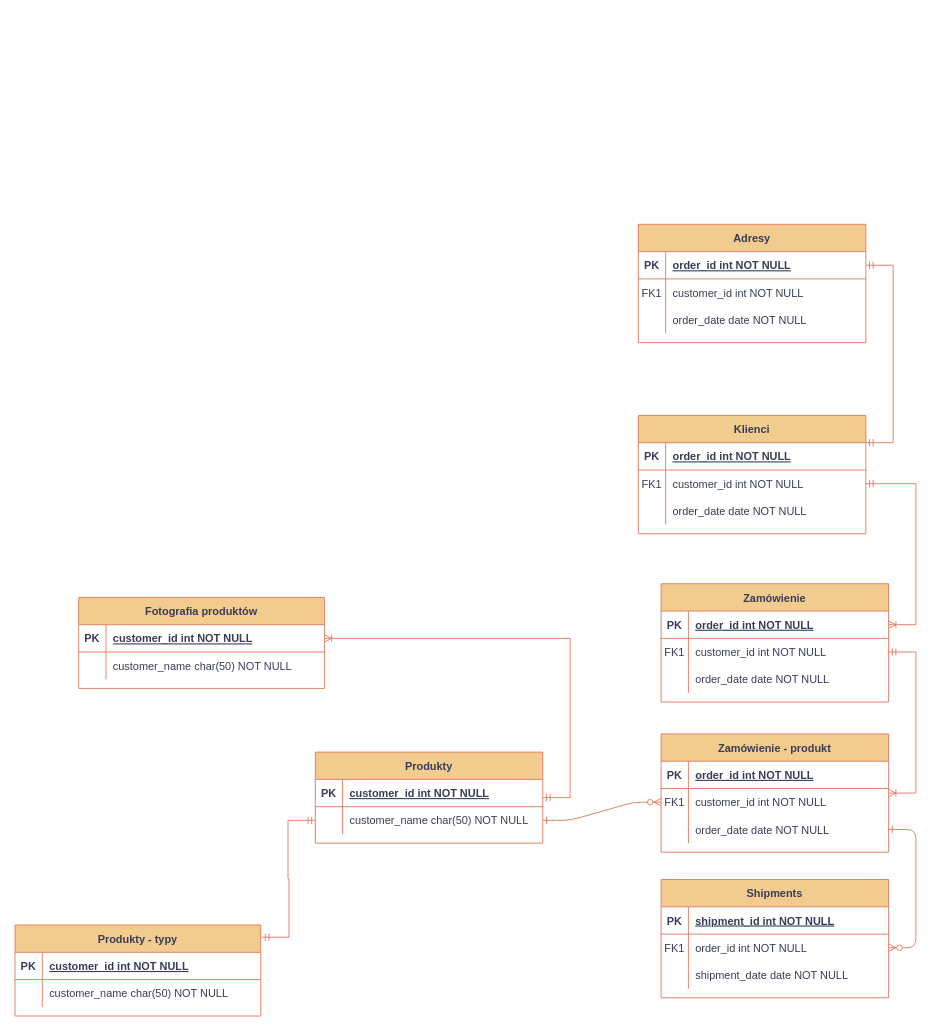
Above: Diagram bez tytułu.drawio in adrianbator/liczby-pseudolosowe (draw.io), before the change. Source tidied: cells renumbered, new cells numbered last; positions are measured from the earlier drawing's top-left corner, leaving out a move shared by most shapes. Both pictures are drawn from the tidied source at 91%, with x=0, y=0 at pixel (15, 224).
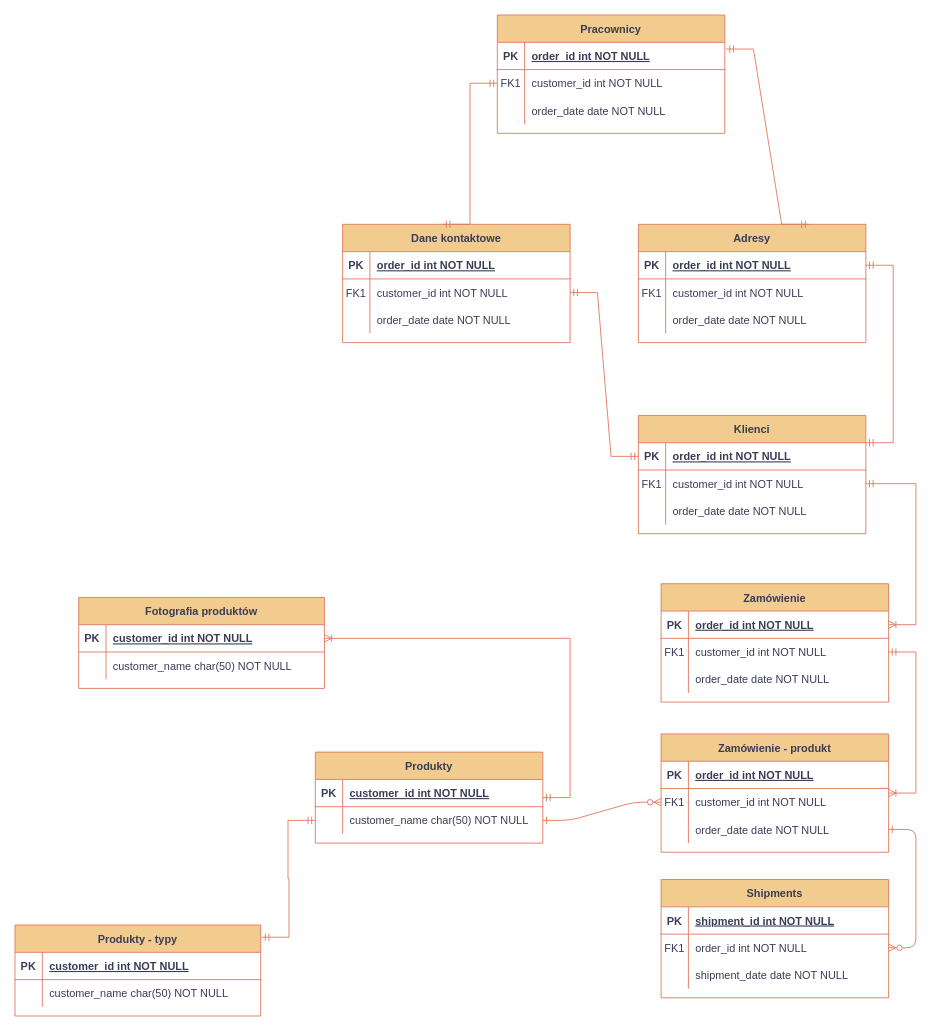
Above is the later version.

Unchanged cells that the change refers to:
```xml
<mxCell id="60" style="shape=partialRectangle;fillColor=none;points=[[0,0.5],[1,0.5]];portConstraint=eastwest;top=0;left=0;right=0;bottom=1;labelBackgroundColor=none;strokeColor=#E07A5F;fontColor=#393C56;" parent="59" vertex="1">
  <mxGeometry y="30" width="250" height="30" as="geometry" />
</mxCell>
<mxCell id="69" value="Adresy" style="shape=table;startSize=30;childLayout=tableLayout;rowLines=0;fontStyle=1;align=center;labelBackgroundColor=none;fillColor=#F2CC8F;strokeColor=#E07A5F;fontColor=#393C56;" parent="1" vertex="1">
  <mxGeometry x="685" width="250" height="130" as="geometry" />
</mxCell>
```

What changed in the source:
```diff
@@
+    <mxCell id="80" value="Dane kontaktowe" style="shape=table;startSize=30;childLayout=tableLayout;rowLines=0;fontStyle=1;align=center;labelBackgroundColor=none;fillColor=#F2CC8F;strokeColor=#E07A5F;fontColor=#393C56;" parent="1" vertex="1">
+      <mxGeometry x="360" width="250" height="130" as="geometry" />
+    </mxCell>
+    <mxCell id="81" style="shape=partialRectangle;fillColor=none;top=0;left=0;right=0;bottom=1;labelBackgroundColor=none;strokeColor=#E07A5F;fontColor=#393C56;" parent="80" vertex="1">
+      <mxGeometry y="30" width="250" height="30" as="geometry" />
+    </mxCell>
+    <mxCell id="82" value="PK" style="shape=partialRectangle;overflow=hidden;fillColor=none;top=0;left=0;bottom=0;right=0;fontStyle=1;labelBackgroundColor=none;strokeColor=#E07A5F;fontColor=#393C56;" parent="81" vertex="1">
+      <mxGeometry width="30" height="30" as="geometry" />
+    </mxCell>
+    <mxCell id="83" value="order_id int NOT NULL " style="shape=partialRectangle;overflow=hidden;fillColor=none;top=0;left=0;bottom=0;right=0;align=left;spacingLeft=6;fontStyle=5;labelBackgroundColor=none;strokeColor=#E07A5F;fontColor=#393C56;" parent="81" vertex="1">
+      <mxGeometry x="30" width="220" height="30" as="geometry" />
+    </mxCell>
+    <mxCell id="84" style="shape=partialRectangle;fillColor=none;points=[[0,0.5],[1,0.5]];portConstraint=eastwest;top=0;left=0;right=0;bottom=0;labelBackgroundColor=none;strokeColor=#E07A5F;fontColor=#393C56;" parent="80" vertex="1">
+      <mxGeometry y="60" width="250" height="30" as="geometry" />
+    </mxCell>
+    <mxCell id="85" value="FK1" style="shape=partialRectangle;overflow=hidden;fillColor=none;top=0;left=0;bottom=0;right=0;labelBackgroundColor=none;strokeColor=#E07A5F;fontColor=#393C56;" parent="84" vertex="1">
+      <mxGeometry width="30" height="30" as="geometry" />
+    </mxCell>
+    <mxCell id="86" value="customer_id int NOT NULL" style="shape=partialRectangle;overflow=hidden;fillColor=none;top=0;left=0;bottom=0;right=0;align=left;spacingLeft=6;labelBackgroundColor=none;strokeColor=#E07A5F;fontColor=#393C56;" parent="84" vertex="1">
+      <mxGeometry x="30" width="220" height="30" as="geometry" />
+    </mxCell>
+    <mxCell id="87" style="shape=partialRectangle;fillColor=none;top=0;left=0;right=0;bottom=0;labelBackgroundColor=none;strokeColor=#E07A5F;fontColor=#393C56;" parent="80" vertex="1">
+      <mxGeometry y="90" width="250" height="30" as="geometry" />
+    </mxCell>
+    <mxCell id="88" style="shape=partialRectangle;overflow=hidden;fillColor=none;top=0;left=0;bottom=0;right=0;labelBackgroundColor=none;strokeColor=#E07A5F;fontColor=#393C56;" parent="87" vertex="1">
+      <mxGeometry width="30" height="30" as="geometry" />
+    </mxCell>
+    <mxCell id="89" value="order_date date NOT NULL" style="shape=partialRectangle;overflow=hidden;fillColor=none;top=0;left=0;bottom=0;right=0;align=left;spacingLeft=6;labelBackgroundColor=none;strokeColor=#E07A5F;fontColor=#393C56;" parent="87" vertex="1">
+      <mxGeometry x="30" width="220" height="30" as="geometry" />
+    </mxCell>
+    <mxCell id="90" style="edgeStyle=entityRelationEdgeStyle;fontSize=12;html=1;endArrow=ERmandOne;startArrow=ERmandOne;rounded=0;strokeColor=#E07A5F;fontColor=#393C56;fillColor=#F2CC8F;entryX=1;entryY=0.5;entryDx=0;entryDy=0;exitX=0;exitY=0.5;exitDx=0;exitDy=0;" parent="1" edge="1" source="60" target="84">
+      <mxGeometry relative="1" as="geometry" />
+    </mxCell>
+    <mxCell id="91" value="Pracownicy" style="shape=table;startSize=30;childLayout=tableLayout;rowLines=0;fontStyle=1;align=center;labelBackgroundColor=none;fillColor=#F2CC8F;strokeColor=#E07A5F;fontColor=#393C56;" parent="1" vertex="1">
+      <mxGeometry x="530" y="-230" width="250" height="130" as="geometry" />
+    </mxCell>
+    <mxCell id="92" style="shape=partialRectangle;fillColor=none;points=[[0,0.5],[1,0.5]];portConstraint=eastwest;top=0;left=0;right=0;bottom=1;labelBackgroundColor=none;strokeColor=#E07A5F;fontColor=#393C56;" parent="91" vertex="1">
+      <mxGeometry y="30" width="250" height="30" as="geometry" />
+    </mxCell>
+    <mxCell id="93" value="PK" style="shape=partialRectangle;overflow=hidden;fillColor=none;top=0;left=0;bottom=0;right=0;fontStyle=1;labelBackgroundColor=none;strokeColor=#E07A5F;fontColor=#393C56;" parent="92" vertex="1">
+      <mxGeometry width="30" height="30" as="geometry" />
+    </mxCell>
+    <mxCell id="94" value="order_id int NOT NULL " style="shape=partialRectangle;overflow=hidden;fillColor=none;top=0;left=0;bottom=0;right=0;align=left;spacingLeft=6;fontStyle=5;labelBackgroundColor=none;strokeColor=#E07A5F;fontColor=#393C56;" parent="92" vertex="1">
+      <mxGeometry x="30" width="220" height="30" as="geometry" />
+    </mxCell>
+    <mxCell id="95" style="shape=partialRectangle;fillColor=none;points=[[0,0.5],[1,0.5]];portConstraint=eastwest;top=0;left=0;right=0;bottom=0;labelBackgroundColor=none;strokeColor=#E07A5F;fontColor=#393C56;" parent="91" vertex="1">
+      <mxGeometry y="60" width="250" height="30" as="geometry" />
+    </mxCell>
+    <mxCell id="96" value="FK1" style="shape=partialRectangle;overflow=hidden;fillColor=none;top=0;left=0;bottom=0;right=0;labelBackgroundColor=none;strokeColor=#E07A5F;fontColor=#393C56;" parent="95" vertex="1">
+      <mxGeometry width="30" height="30" as="geometry" />
+    </mxCell>
+    <mxCell id="97" value="customer_id int NOT NULL" style="shape=partialRectangle;overflow=hidden;fillColor=none;top=0;left=0;bottom=0;right=0;align=left;spacingLeft=6;labelBackgroundColor=none;strokeColor=#E07A5F;fontColor=#393C56;" parent="95" vertex="1">
+      <mxGeometry x="30" width="220" height="30" as="geometry" />
+    </mxCell>
+    <mxCell id="98" style="shape=partialRectangle;fillColor=none;top=0;left=0;right=0;bottom=0;labelBackgroundColor=none;strokeColor=#E07A5F;fontColor=#393C56;" parent="91" vertex="1">
+      <mxGeometry y="90" width="250" height="30" as="geometry" />
+    </mxCell>
+    <mxCell id="99" style="shape=partialRectangle;overflow=hidden;fillColor=none;top=0;left=0;bottom=0;right=0;labelBackgroundColor=none;strokeColor=#E07A5F;fontColor=#393C56;" parent="98" vertex="1">
+      <mxGeometry width="30" height="30" as="geometry" />
+    </mxCell>
+    <mxCell id="100" value="order_date date NOT NULL" style="shape=partialRectangle;overflow=hidden;fillColor=none;top=0;left=0;bottom=0;right=0;align=left;spacingLeft=6;labelBackgroundColor=none;strokeColor=#E07A5F;fontColor=#393C56;" parent="98" vertex="1">
+      <mxGeometry x="30" width="220" height="30" as="geometry" />
+    </mxCell>
+    <mxCell id="101" style="edgeStyle=entityRelationEdgeStyle;fontSize=12;html=1;endArrow=ERmandOne;startArrow=ERmandOne;rounded=0;strokeColor=#E07A5F;fontColor=#393C56;fillColor=#F2CC8F;exitX=1.006;exitY=0.247;exitDx=0;exitDy=0;exitPerimeter=0;entryX=0.75;entryY=0;entryDx=0;entryDy=0;" parent="1" edge="1" source="92" target="69">
+      <mxGeometry relative="1" as="geometry" />
+    </mxCell>
+    <mxCell id="102" style="edgeStyle=entityRelationEdgeStyle;fontSize=12;html=1;endArrow=ERmandOne;startArrow=ERmandOne;rounded=0;strokeColor=#E07A5F;fontColor=#393C56;fillColor=#F2CC8F;entryX=0;entryY=0.5;entryDx=0;entryDy=0;exitX=0.44;exitY=0;exitDx=0;exitDy=0;exitPerimeter=0;" parent="1" edge="1" source="80" target="95">
+      <mxGeometry relative="1" as="geometry" />
+    </mxCell>
```
